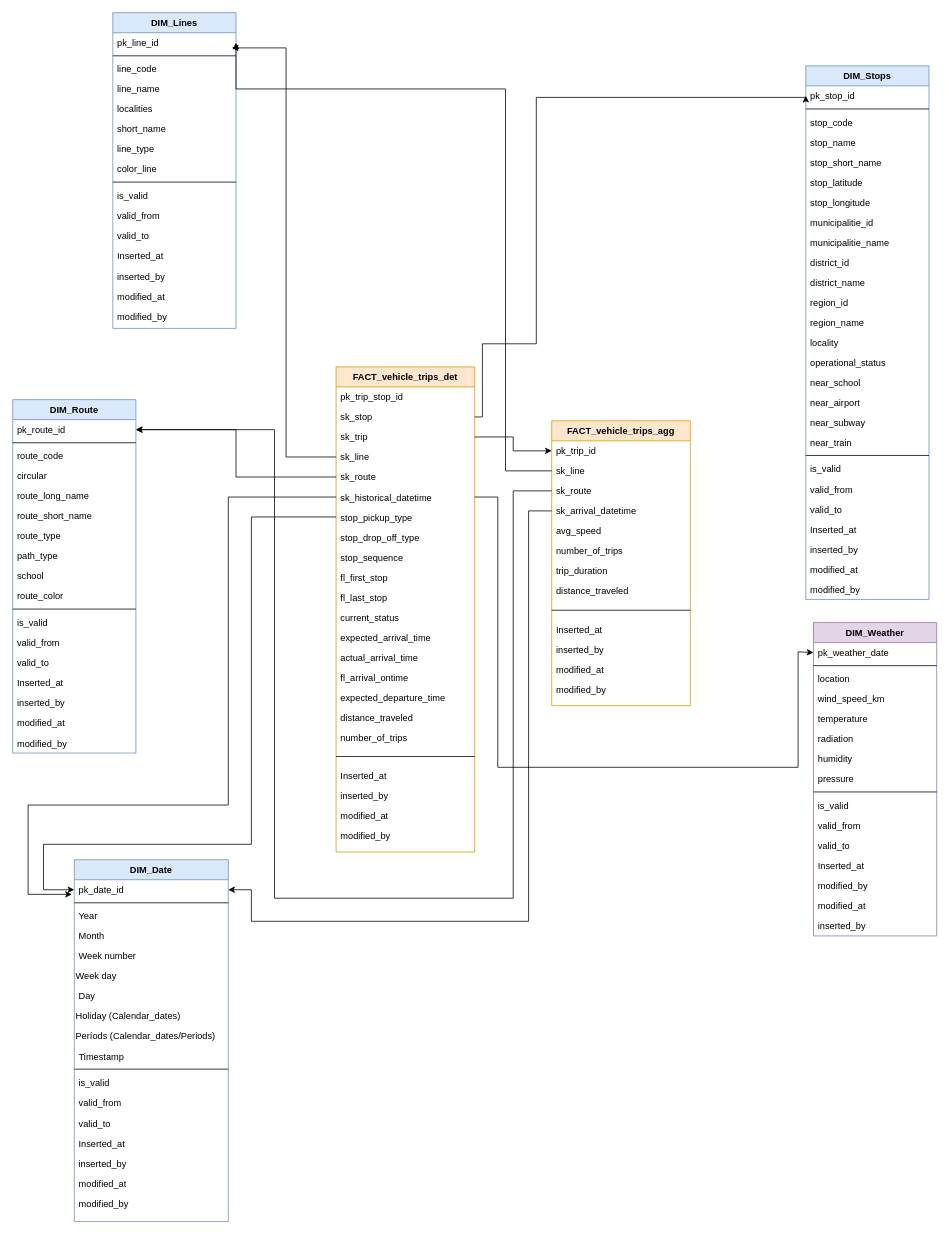
Above: star_schema.drawio in joao-dias-25/final-project-edit (draw.io), before the change. Source tidied: cells renumbered, new cells numbered last; positions are measured from the earlier drawing's top-left corner, leaving out a move shared by most shapes. Both pictures are drawn from the tidied source at 77%, with x=0, y=0 at pixel (12, 12).
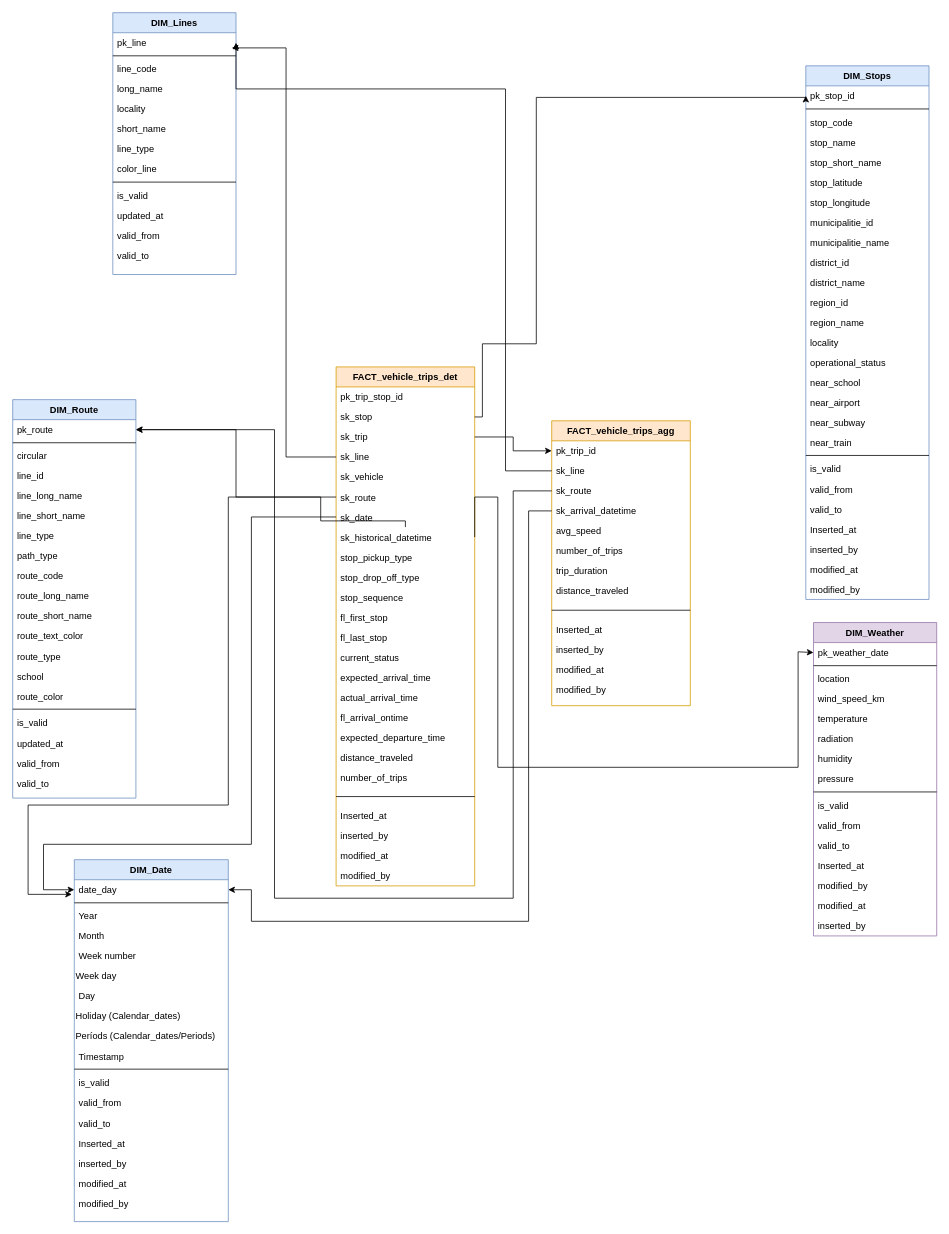
The same page after the edit.

The change refers to these unchanged cells:
```xml
<mxCell id="47" value="DIM_Date" style="swimlane;fontStyle=1;align=center;verticalAlign=top;horizontal=1;startSize=26;rounded=0;shadow=0;strokeWidth=1;fillColor=#dae8fc;strokeColor=#6c8ebf;" parent="1" vertex="1">
  <mxGeometry x="80" y="1100" width="200" height="470" as="geometry" />
</mxCell>
```

What changed in the source:
```diff
@@
     <mxCell id="30" value="DIM_Lines" style="swimlane;fontStyle=1;align=center;verticalAlign=top;horizontal=1;startSize=26;rounded=0;shadow=0;strokeWidth=1;fillColor=#dae8fc;strokeColor=#6c8ebf;" parent="1" vertex="1">
-      <mxGeometry x="130" width="160" height="410" as="geometry" />
+      <mxGeometry x="130" width="160" height="340" as="geometry" />
     </mxCell>
-    <mxCell id="31" value="pk_line_id" style="text;align=left;verticalAlign=top;spacingLeft=4;spacingRight=4;overflow=hidden;points=[[0,0.5],[1,0.5]];portConstraint=eastwest;" parent="30" vertex="1">
+    <mxCell id="31" value="pk_line" style="text;align=left;verticalAlign=top;spacingLeft=4;spacingRight=4;overflow=hidden;points=[[0,0.5],[1,0.5]];portConstraint=eastwest;" parent="30" vertex="1">
       <mxGeometry y="26" width="160" height="26" as="geometry" />
     </mxCell>
@@
-    <mxCell id="34" value="line_name" style="text;align=left;verticalAlign=top;spacingLeft=4;spacingRight=4;overflow=hidden;rounded=0;shadow=0;html=0;" parent="30" vertex="1">
+    <mxCell id="34" value="long_name" style="text;align=left;verticalAlign=top;spacingLeft=4;spacingRight=4;overflow=hidden;rounded=0;shadow=0;html=0;" parent="30" vertex="1">
       <mxGeometry y="86" width="160" height="26" as="geometry" />
     </mxCell>
-    <mxCell id="35" value="localities" style="text;align=left;verticalAlign=top;spacingLeft=4;spacingRight=4;overflow=hidden;rounded=0;shadow=0;html=0;" parent="30" vertex="1">
+    <mxCell id="35" value="locality" style="text;align=left;verticalAlign=top;spacingLeft=4;spacingRight=4;overflow=hidden;rounded=0;shadow=0;html=0;" parent="30" vertex="1">
       <mxGeometry y="112" width="160" height="26" as="geometry" />
     </mxCell>
@@
-    <mxCell id="41" value="valid_from" style="text;align=left;verticalAlign=top;spacingLeft=4;spacingRight=4;overflow=hidden;" parent="30" vertex="1">
+    <mxCell id="41" value="updated_at" style="text;align=left;verticalAlign=top;spacingLeft=4;spacingRight=4;overflow=hidden;" parent="30" vertex="1">
       <mxGeometry y="251" width="160" height="26" as="geometry" />
     </mxCell>
-    <mxCell id="42" value="valid_to" style="text;align=left;verticalAlign=top;spacingLeft=4;spacingRight=4;overflow=hidden;" parent="30" vertex="1">
+    <mxCell id="42" value="valid_from" style="text;align=left;verticalAlign=top;spacingLeft=4;spacingRight=4;overflow=hidden;" parent="30" vertex="1">
       <mxGeometry y="277" width="160" height="26" as="geometry" />
     </mxCell>
-    <mxCell id="43" value="Inserted_at" style="text;align=left;verticalAlign=top;spacingLeft=4;spacingRight=4;overflow=hidden;" parent="30" vertex="1">
+    <mxCell id="43" value="valid_to" style="text;align=left;verticalAlign=top;spacingLeft=4;spacingRight=4;overflow=hidden;" parent="30" vertex="1">
       <mxGeometry y="303" width="160" height="26" as="geometry" />
     </mxCell>
-    <mxCell id="44" value="inserted_by" style="text;align=left;verticalAlign=top;spacingLeft=4;spacingRight=4;overflow=hidden;" parent="30" vertex="1">
-      <mxGeometry y="329" width="160" height="26" as="geometry" />
-    </mxCell>
-    <mxCell id="45" value="modified_at&#10;" style="text;align=left;verticalAlign=top;spacingLeft=4;spacingRight=4;overflow=hidden;" parent="30" vertex="1">
-      <mxGeometry y="355" width="160" height="26" as="geometry" />
-    </mxCell>
-    <mxCell id="46" value="modified_by" style="text;align=left;verticalAlign=top;spacingLeft=4;spacingRight=4;overflow=hidden;" parent="30" vertex="1">
-      <mxGeometry y="381" width="160" height="26" as="geometry" />
-    </mxCell>
@@
-    <mxCell id="48" value="pk_date_id" style="text;align=left;verticalAlign=top;spacingLeft=4;spacingRight=4;overflow=hidden;points=[[0,0.5],[1,0.5]];portConstraint=eastwest;" parent="47" vertex="1">
+    <mxCell id="48" value="date_day" style="text;align=left;verticalAlign=top;spacingLeft=4;spacingRight=4;overflow=hidden;points=[[0,0.5],[1,0.5]];portConstraint=eastwest;" parent="47" vertex="1">
       <mxGeometry y="26" width="200" height="26" as="geometry" />
     </mxCell>
@@
     <mxCell id="66" value="FACT_vehicle_trips_det" style="swimlane;fontStyle=1;align=center;verticalAlign=top;horizontal=1;startSize=26;rounded=0;shadow=0;strokeWidth=1;fillColor=#ffe6cc;strokeColor=#d79b00;" parent="1" vertex="1">
-      <mxGeometry x="420" y="460" width="180" height="630" as="geometry" />
+      <mxGeometry x="420" y="460" width="180" height="674" as="geometry" />
     </mxCell>
@@
+    <mxCell id="151" value="sk_vehicle" style="text;align=left;verticalAlign=top;spacingLeft=4;spacingRight=4;overflow=hidden;rounded=0;shadow=0;html=0;" parent="66" vertex="1">
+      <mxGeometry y="130" width="180" height="26" as="geometry" />
+    </mxCell>
     <mxCell id="71" value="sk_route" style="text;align=left;verticalAlign=top;spacingLeft=4;spacingRight=4;overflow=hidden;points=[[0,0.5],[1,0.5]];portConstraint=eastwest;rounded=0;shadow=0;html=0;" parent="66" vertex="1">
-      <mxGeometry y="130" width="180" height="26" as="geometry" />
+      <mxGeometry y="156" width="180" height="26" as="geometry" />
     </mxCell>
+    <mxCell id="152" value="sk_date" style="text;align=left;verticalAlign=top;spacingLeft=4;spacingRight=4;overflow=hidden;rounded=0;shadow=0;html=0;" parent="66" vertex="1">
+      <mxGeometry y="182" width="180" height="26" as="geometry" />
+    </mxCell>
     <mxCell id="72" value="sk_historical_datetime" style="text;align=left;verticalAlign=top;spacingLeft=4;spacingRight=4;overflow=hidden;points=[[0,0.5],[1,0.5]];portConstraint=eastwest;rounded=0;shadow=0;html=0;" parent="66" vertex="1">
-      <mxGeometry y="156" width="180" height="26" as="geometry" />
+      <mxGeometry y="208" width="180" height="26" as="geometry" />
     </mxCell>
     <mxCell id="73" value="stop_pickup_type" style="text;align=left;verticalAlign=top;spacingLeft=4;spacingRight=4;overflow=hidden;" parent="66" vertex="1">
-      <mxGeometry y="182" width="180" height="26" as="geometry" />
+      <mxGeometry y="234" width="180" height="26" as="geometry" />
     </mxCell>
     <mxCell id="74" value="stop_drop_off_type" style="text;align=left;verticalAlign=top;spacingLeft=4;spacingRight=4;overflow=hidden;" parent="66" vertex="1">
-      <mxGeometry y="208" width="180" height="26" as="geometry" />
+      <mxGeometry y="260" width="180" height="26" as="geometry" />
     </mxCell>
     <mxCell id="75" value="stop_sequence" style="text;align=left;verticalAlign=top;spacingLeft=4;spacingRight=4;overflow=hidden;" parent="66" vertex="1">
-      <mxGeometry y="234" width="180" height="26" as="geometry" />
+      <mxGeometry y="286" width="180" height="26" as="geometry" />
     </mxCell>
     <mxCell id="76" value="fl_first_stop" style="text;align=left;verticalAlign=top;spacingLeft=4;spacingRight=4;overflow=hidden;rounded=0;shadow=0;html=0;" parent="66" vertex="1">
-      <mxGeometry y="260" width="180" height="26" as="geometry" />
+      <mxGeometry y="312" width="180" height="26" as="geometry" />
     </mxCell>
     <mxCell id="77" value="fl_last_stop" style="text;align=left;verticalAlign=top;spacingLeft=4;spacingRight=4;overflow=hidden;rounded=0;shadow=0;html=0;" parent="66" vertex="1">
-      <mxGeometry y="286" width="180" height="26" as="geometry" />
+      <mxGeometry y="338" width="180" height="26" as="geometry" />
     </mxCell>
     <mxCell id="78" value="current_status" style="text;align=left;verticalAlign=top;spacingLeft=4;spacingRight=4;overflow=hidden;rounded=0;shadow=0;html=0;" parent="66" vertex="1">
-      <mxGeometry y="312" width="180" height="26" as="geometry" />
+      <mxGeometry y="364" width="180" height="26" as="geometry" />
     </mxCell>
     <mxCell id="79" value="expected_arrival_time" style="text;align=left;verticalAlign=top;spacingLeft=4;spacingRight=4;overflow=hidden;" parent="66" vertex="1">
-      <mxGeometry y="338" width="180" height="26" as="geometry" />
+      <mxGeometry y="390" width="180" height="26" as="geometry" />
     </mxCell>
     <mxCell id="80" value="actual_arrival_time" style="text;align=left;verticalAlign=top;spacingLeft=4;spacingRight=4;overflow=hidden;" parent="66" vertex="1">
-      <mxGeometry y="364" width="180" height="26" as="geometry" />
+      <mxGeometry y="416" width="180" height="26" as="geometry" />
     </mxCell>
     <mxCell id="81" value="fl_arrival_ontime" style="text;align=left;verticalAlign=top;spacingLeft=4;spacingRight=4;overflow=hidden;rounded=0;shadow=0;html=0;" parent="66" vertex="1">
-      <mxGeometry y="390" width="180" height="26" as="geometry" />
+      <mxGeometry y="442" width="180" height="26" as="geometry" />
     </mxCell>
     <mxCell id="82" value="expected_departure_time" style="text;align=left;verticalAlign=top;spacingLeft=4;spacingRight=4;overflow=hidden;" parent="66" vertex="1">
-      <mxGeometry y="416" width="180" height="26" as="geometry" />
+      <mxGeometry y="468" width="180" height="26" as="geometry" />
     </mxCell>
     <mxCell id="83" value="distance_traveled" style="text;align=left;verticalAlign=top;spacingLeft=4;spacingRight=4;overflow=hidden;rounded=0;shadow=0;html=0;" parent="66" vertex="1">
-      <mxGeometry y="442" width="180" height="26" as="geometry" />
+      <mxGeometry y="494" width="180" height="26" as="geometry" />
     </mxCell>
     <mxCell id="84" value="number_of_trips" style="text;align=left;verticalAlign=top;spacingLeft=4;spacingRight=4;overflow=hidden;rounded=0;shadow=0;html=0;" parent="66" vertex="1">
-      <mxGeometry y="468" width="180" height="26" as="geometry" />
+      <mxGeometry y="520" width="180" height="26" as="geometry" />
     </mxCell>
     <mxCell id="85" style="line;html=1;strokeWidth=1;align=left;verticalAlign=middle;spacingTop=-1;spacingLeft=3;spacingRight=3;labelPosition=right;" parent="66" vertex="1">
-      <mxGeometry y="494" width="180" height="24" as="geometry" />
+      <mxGeometry y="546" width="180" height="24" as="geometry" />
     </mxCell>
     <mxCell id="86" value="Inserted_at" style="text;align=left;verticalAlign=top;spacingLeft=4;spacingRight=4;overflow=hidden;" parent="66" vertex="1">
-      <mxGeometry y="518" width="180" height="26" as="geometry" />
+      <mxGeometry y="570" width="180" height="26" as="geometry" />
     </mxCell>
     <mxCell id="87" value="inserted_by" style="text;align=left;verticalAlign=top;spacingLeft=4;spacingRight=4;overflow=hidden;" parent="66" vertex="1">
-      <mxGeometry y="544" width="180" height="26" as="geometry" />
+      <mxGeometry y="596" width="180" height="26" as="geometry" />
     </mxCell>
     <mxCell id="88" value="modified_at&#10;" style="text;align=left;verticalAlign=top;spacingLeft=4;spacingRight=4;overflow=hidden;" parent="66" vertex="1">
-      <mxGeometry y="570" width="180" height="26" as="geometry" />
+      <mxGeometry y="622" width="180" height="26" as="geometry" />
     </mxCell>
     <mxCell id="89" value="modified_by" style="text;align=left;verticalAlign=top;spacingLeft=4;spacingRight=4;overflow=hidden;" parent="66" vertex="1">
-      <mxGeometry y="596" width="180" height="26" as="geometry" />
+      <mxGeometry y="648" width="180" height="26" as="geometry" />
     </mxCell>
     <mxCell id="90" value="DIM_Route" style="swimlane;fontStyle=1;align=center;verticalAlign=top;horizontal=1;startSize=26;rounded=0;shadow=0;strokeWidth=1;fillColor=#dae8fc;strokeColor=#6c8ebf;" parent="1" vertex="1">
-      <mxGeometry y="502.5" width="160" height="459" as="geometry" />
+      <mxGeometry y="502.5" width="160" height="517.5" as="geometry" />
     </mxCell>
-    <mxCell id="91" value="pk_route_id" style="text;align=left;verticalAlign=top;spacingLeft=4;spacingRight=4;overflow=hidden;points=[[0,0.5],[1,0.5]];portConstraint=eastwest;" parent="90" vertex="1">
+    <mxCell id="91" value="pk_route" style="text;align=left;verticalAlign=top;spacingLeft=4;spacingRight=4;overflow=hidden;points=[[0,0.5],[1,0.5]];portConstraint=eastwest;" parent="90" vertex="1">
       <mxGeometry y="26" width="160" height="26" as="geometry" />
     </mxCell>
@@
+    <mxCell id="94" value="circular" style="text;align=left;verticalAlign=top;spacingLeft=4;spacingRight=4;overflow=hidden;rounded=0;shadow=0;html=0;" parent="90" vertex="1">
+      <mxGeometry y="60" width="160" height="26" as="geometry" />
+    </mxCell>
+    <mxCell id="153" value="line_id" style="text;align=left;verticalAlign=top;spacingLeft=4;spacingRight=4;overflow=hidden;rounded=0;shadow=0;html=0;" parent="90" vertex="1">
+      <mxGeometry y="86" width="160" height="26" as="geometry" />
+    </mxCell>
+    <mxCell id="154" value="line_long_name" style="text;align=left;verticalAlign=top;spacingLeft=4;spacingRight=4;overflow=hidden;rounded=0;shadow=0;html=0;" parent="90" vertex="1">
+      <mxGeometry y="112" width="160" height="26" as="geometry" />
+    </mxCell>
+    <mxCell id="155" value="line_short_name" style="text;align=left;verticalAlign=top;spacingLeft=4;spacingRight=4;overflow=hidden;rounded=0;shadow=0;html=0;" parent="90" vertex="1">
+      <mxGeometry y="138" width="160" height="26" as="geometry" />
+    </mxCell>
+    <mxCell id="156" value="line_type" style="text;align=left;verticalAlign=top;spacingLeft=4;spacingRight=4;overflow=hidden;rounded=0;shadow=0;html=0;" parent="90" vertex="1">
+      <mxGeometry y="164" width="160" height="26" as="geometry" />
+    </mxCell>
+    <mxCell id="98" value="path_type" style="text;align=left;verticalAlign=top;spacingLeft=4;spacingRight=4;overflow=hidden;rounded=0;shadow=0;html=0;" parent="90" vertex="1">
+      <mxGeometry y="190" width="160" height="26" as="geometry" />
+    </mxCell>
     <mxCell id="93" value="route_code" style="text;align=left;verticalAlign=top;spacingLeft=4;spacingRight=4;overflow=hidden;rounded=0;shadow=0;html=0;" parent="90" vertex="1">
-      <mxGeometry y="60" width="160" height="26" as="geometry" />
+      <mxGeometry y="216" width="160" height="26" as="geometry" />
     </mxCell>
-    <mxCell id="94" value="circular" style="text;align=left;verticalAlign=top;spacingLeft=4;spacingRight=4;overflow=hidden;rounded=0;shadow=0;html=0;" parent="90" vertex="1">
-      <mxGeometry y="86" width="160" height="26" as="geometry" />
-    </mxCell>
     <mxCell id="95" value="route_long_name" style="text;align=left;verticalAlign=top;spacingLeft=4;spacingRight=4;overflow=hidden;rounded=0;shadow=0;html=0;" parent="90" vertex="1">
-      <mxGeometry y="112" width="160" height="26" as="geometry" />
+      <mxGeometry y="242" width="160" height="26" as="geometry" />
     </mxCell>
     <mxCell id="96" value="route_short_name" style="text;align=left;verticalAlign=top;spacingLeft=4;spacingRight=4;overflow=hidden;rounded=0;shadow=0;html=0;" parent="90" vertex="1">
-      <mxGeometry y="138" width="160" height="26" as="geometry" />
+      <mxGeometry y="268" width="160" height="26" as="geometry" />
     </mxCell>
+    <mxCell id="157" value="route_text_color" style="text;align=left;verticalAlign=top;spacingLeft=4;spacingRight=4;overflow=hidden;rounded=0;shadow=0;html=0;" parent="90" vertex="1">
+      <mxGeometry y="294" width="160" height="26" as="geometry" />
+    </mxCell>
     <mxCell id="97" value="route_type" style="text;align=left;verticalAlign=top;spacingLeft=4;spacingRight=4;overflow=hidden;rounded=0;shadow=0;html=0;" parent="90" vertex="1">
-      <mxGeometry y="164" width="160" height="26" as="geometry" />
+      <mxGeometry y="320" width="160" height="26" as="geometry" />
     </mxCell>
-    <mxCell id="98" value="path_type" style="text;align=left;verticalAlign=top;spacingLeft=4;spacingRight=4;overflow=hidden;rounded=0;shadow=0;html=0;" parent="90" vertex="1">
-      <mxGeometry y="190" width="160" height="26" as="geometry" />
-    </mxCell>
     <mxCell id="99" value="school" style="text;align=left;verticalAlign=top;spacingLeft=4;spacingRight=4;overflow=hidden;rounded=0;shadow=0;html=0;" parent="90" vertex="1">
-      <mxGeometry y="216" width="160" height="26" as="geometry" />
+      <mxGeometry y="346" width="160" height="26" as="geometry" />
     </mxCell>
     <mxCell id="100" value="route_color" style="text;align=left;verticalAlign=top;spacingLeft=4;spacingRight=4;overflow=hidden;rounded=0;shadow=0;html=0;" parent="90" vertex="1">
-      <mxGeometry y="242" width="160" height="26" as="geometry" />
+      <mxGeometry y="372" width="160" height="26" as="geometry" />
     </mxCell>
     <mxCell id="101" style="line;html=1;strokeWidth=1;align=left;verticalAlign=middle;spacingTop=-1;spacingLeft=3;spacingRight=3;labelPosition=right;" parent="90" vertex="1">
-      <mxGeometry y="268" width="160" height="8" as="geometry" />
+      <mxGeometry y="398" width="160" height="8" as="geometry" />
     </mxCell>
     <mxCell id="102" value="is_valid" style="text;align=left;verticalAlign=top;spacingLeft=4;spacingRight=4;overflow=hidden;rounded=0;shadow=0;html=0;" parent="90" vertex="1">
-      <mxGeometry y="276" width="160" height="27" as="geometry" />
+      <mxGeometry y="406" width="160" height="27" as="geometry" />
     </mxCell>
-    <mxCell id="103" value="valid_from" style="text;align=left;verticalAlign=top;spacingLeft=4;spacingRight=4;overflow=hidden;" parent="90" vertex="1">
-      <mxGeometry y="303" width="160" height="26" as="geometry" />
+    <mxCell id="103" value="updated_at" style="text;align=left;verticalAlign=top;spacingLeft=4;spacingRight=4;overflow=hidden;" parent="90" vertex="1">
+      <mxGeometry y="433" width="160" height="26" as="geometry" />
     </mxCell>
-    <mxCell id="104" value="valid_to" style="text;align=left;verticalAlign=top;spacingLeft=4;spacingRight=4;overflow=hidden;" parent="90" vertex="1">
-      <mxGeometry y="329" width="160" height="26" as="geometry" />
+    <mxCell id="104" value="valid_from" style="text;align=left;verticalAlign=top;spacingLeft=4;spacingRight=4;overflow=hidden;" parent="90" vertex="1">
+      <mxGeometry y="459" width="160" height="26" as="geometry" />
     </mxCell>
-    <mxCell id="105" value="Inserted_at" style="text;align=left;verticalAlign=top;spacingLeft=4;spacingRight=4;overflow=hidden;" parent="90" vertex="1">
-      <mxGeometry y="355" width="160" height="26" as="geometry" />
+    <mxCell id="105" value="valid_to" style="text;align=left;verticalAlign=top;spacingLeft=4;spacingRight=4;overflow=hidden;" parent="90" vertex="1">
+      <mxGeometry y="485" width="160" height="26" as="geometry" />
     </mxCell>
-    <mxCell id="106" value="inserted_by" style="text;align=left;verticalAlign=top;spacingLeft=4;spacingRight=4;overflow=hidden;" parent="90" vertex="1">
-      <mxGeometry y="381" width="160" height="26" as="geometry" />
-    </mxCell>
-    <mxCell id="107" value="modified_at&#10;" style="text;align=left;verticalAlign=top;spacingLeft=4;spacingRight=4;overflow=hidden;" parent="90" vertex="1">
-      <mxGeometry y="407" width="160" height="26" as="geometry" />
-    </mxCell>
-    <mxCell id="108" value="modified_by" style="text;align=left;verticalAlign=top;spacingLeft=4;spacingRight=4;overflow=hidden;" parent="90" vertex="1">
-      <mxGeometry y="433" width="160" height="26" as="geometry" />
-    </mxCell>
@@
     <mxCell id="130" style="edgeStyle=orthogonalEdgeStyle;rounded=0;jettySize=auto;html=1;entryX=-0.016;entryY=0.731;entryDx=0;entryDy=0;entryPerimeter=0;" parent="1" edge="1" source="72" target="48">
       <mxGeometry relative="1" as="geometry">
         <Array as="points">
+          <mxPoint x="400" y="660" />
+          <mxPoint x="400" y="629" />
           <mxPoint x="280" y="629" />
           <mxPoint x="280" y="1029" />
           <mxPoint x="20" y="1029" />
           <mxPoint x="20" y="1145" />
         </Array>
       </mxGeometry>
     </mxCell>
```
